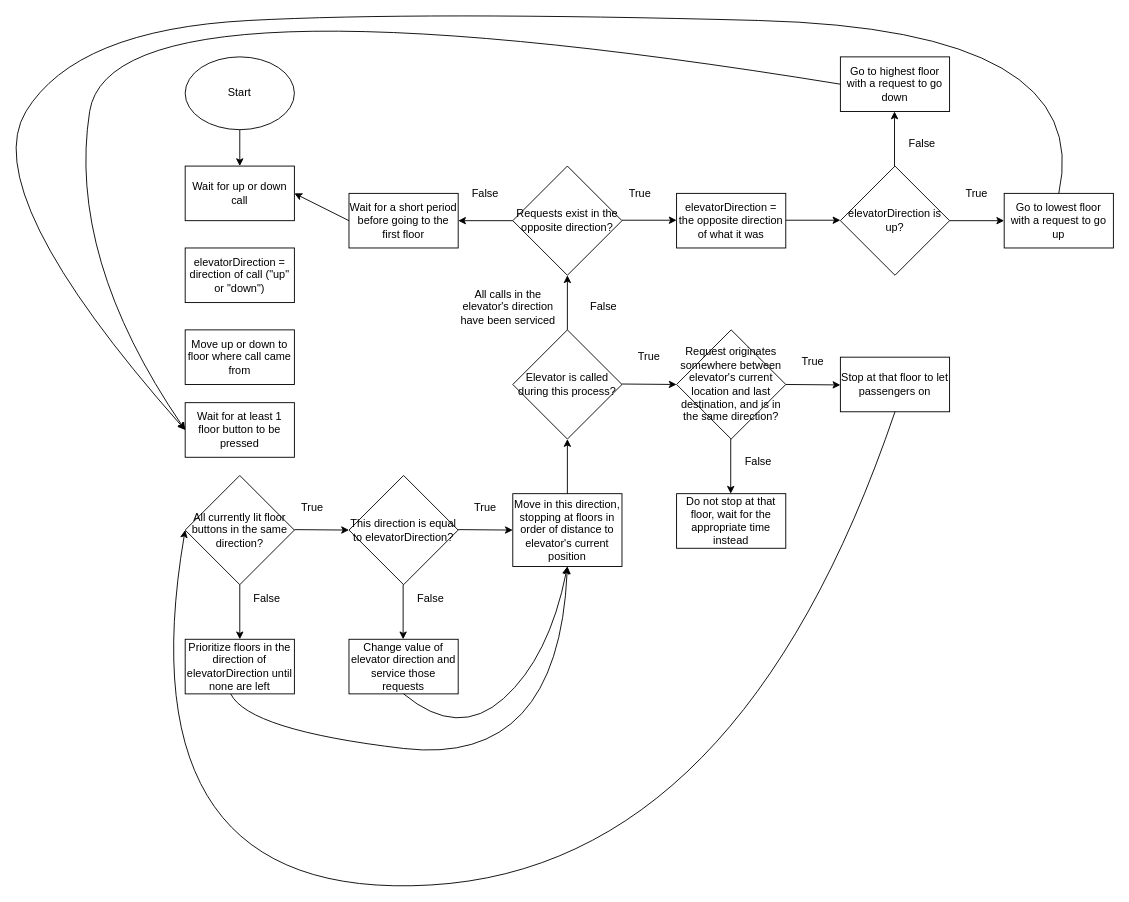
This is elevator.drawio from uthw/feh, a draw.io file, before an edit. Source tidied: cells renumbered, new cells numbered last; positions are measured from the earlier drawing's top-left corner, leaving out a move shared by most shapes. Both pictures are drawn from the tidied source at 91%, with x=0, y=0 at pixel (-25, -35).
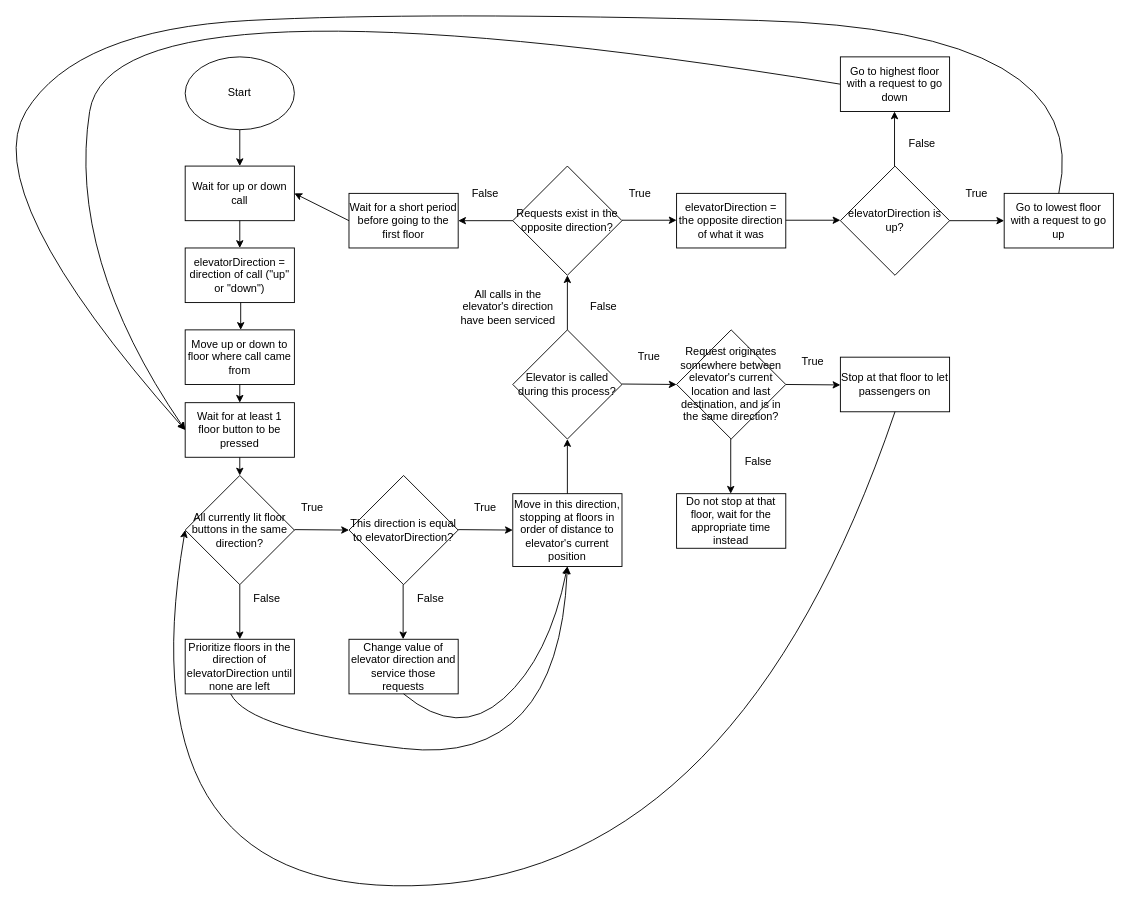
The same page after the edit.

Commit message:
connect initial actions with arrows

Unchanged cells that the change refers to:
```xml
<mxCell id="5" value="Wait for at least 1 floor button to be pressed" style="rounded=0;whiteSpace=wrap;html=1;" parent="1" vertex="1">
  <mxGeometry x="230" y="480" width="120" height="60" as="geometry" />
</mxCell>
```

Diff of the diagram source:
```diff
@@
+    <mxCell id="56" style="endArrow=classic;html=1;rounded=0;" parent="1" edge="1">
+      <mxGeometry relative="1" as="geometry">
+        <mxPoint x="290" y="280" as="sourcePoint" />
+        <mxPoint x="290" y="310" as="targetPoint" />
+      </mxGeometry>
+    </mxCell>
+    <mxCell id="57" style="endArrow=classic;html=1;rounded=0;" parent="1" edge="1">
+      <mxGeometry relative="1" as="geometry">
+        <mxPoint x="291" y="370" as="sourcePoint" />
+        <mxPoint x="291" y="400" as="targetPoint" />
+      </mxGeometry>
+    </mxCell>
+    <mxCell id="58" style="endArrow=classic;html=1;rounded=0;entryX=0.5;entryY=0;entryDx=0;entryDy=0;" parent="1" edge="1" target="5">
+      <mxGeometry relative="1" as="geometry">
+        <mxPoint x="290" y="460" as="sourcePoint" />
+      </mxGeometry>
+    </mxCell>
+    <mxCell id="59" style="endArrow=classic;html=1;rounded=0;" parent="1" edge="1">
+      <mxGeometry relative="1" as="geometry">
+        <mxPoint x="290" y="540" as="sourcePoint" />
+        <mxPoint x="290" y="560" as="targetPoint" />
+      </mxGeometry>
+    </mxCell>
```
